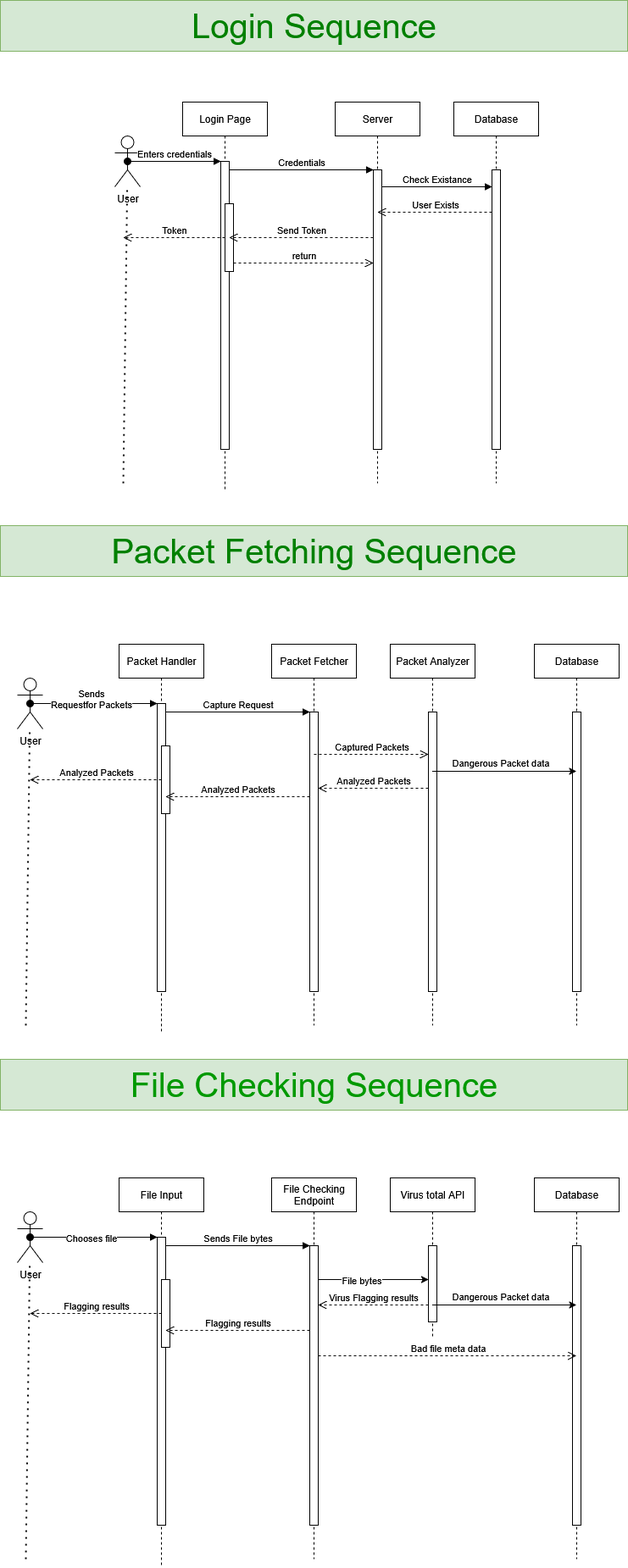
Earlier version of the draw.io export הפרוייקט/SequenceV1.drawio.png (EyasSh/WiresharkClone). Source tidied: cells renumbered, new cells last; positions are measured from the earlier drawing's top-left corner, leaving out a move shared by most shapes.
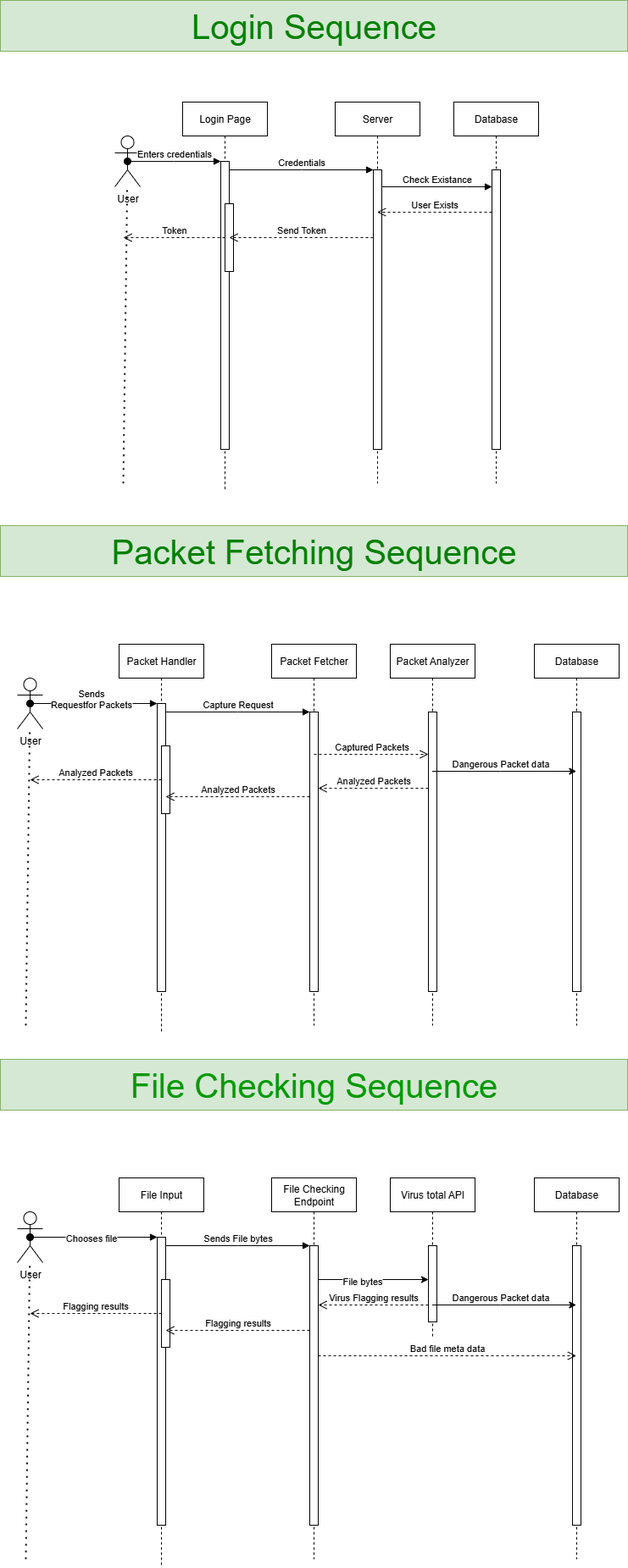
The same diagram one commit later.

Commit message:
Edited sequence and put it into word25

What changed in the source:
```diff
@@ -31,13 +31,6 @@
         </Array>
       </mxGeometry>
     </mxCell>
-    <mxCell id="9" value="return" style="html=1;verticalAlign=bottom;endArrow=open;dashed=1;endSize=8;edgeStyle=elbowEdgeStyle;elbow=vertical;curved=0;rounded=0;" parent="1" edge="1" source="4" target="6">
-      <mxGeometry relative="1" as="geometry">
-        <Array as="points">
-          <mxPoint x="355" y="310" />
-        </Array>
-      </mxGeometry>
-    </mxCell>
     <mxCell id="10" value="User" style="shape=umlActor;verticalLabelPosition=bottom;verticalAlign=top;html=1;outlineConnect=0;" parent="1" vertex="1">
       <mxGeometry x="135" y="160" width="30" height="60" as="geometry" />
     </mxCell>
```
